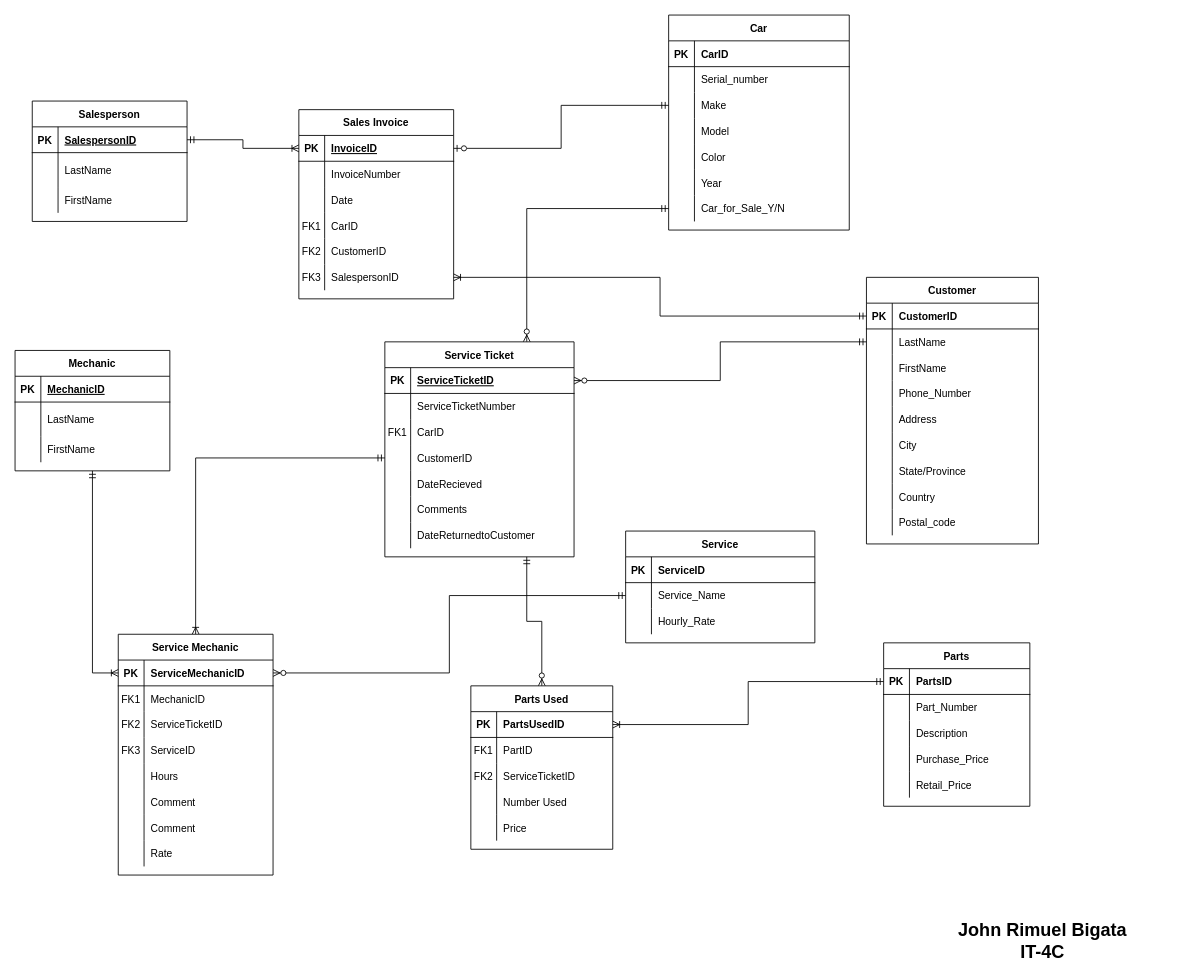
This is cardealership.drawio from itsmerims/eentityrelationshipdiagram, a draw.io file, before an edit. Source tidied: cells renumbered, new cells numbered last; positions are measured from the earlier drawing's top-left corner, leaving out a move shared by most shapes. Both pictures are drawn from the tidied source at 86%, with x=0, y=0 at pixel (15, 15).
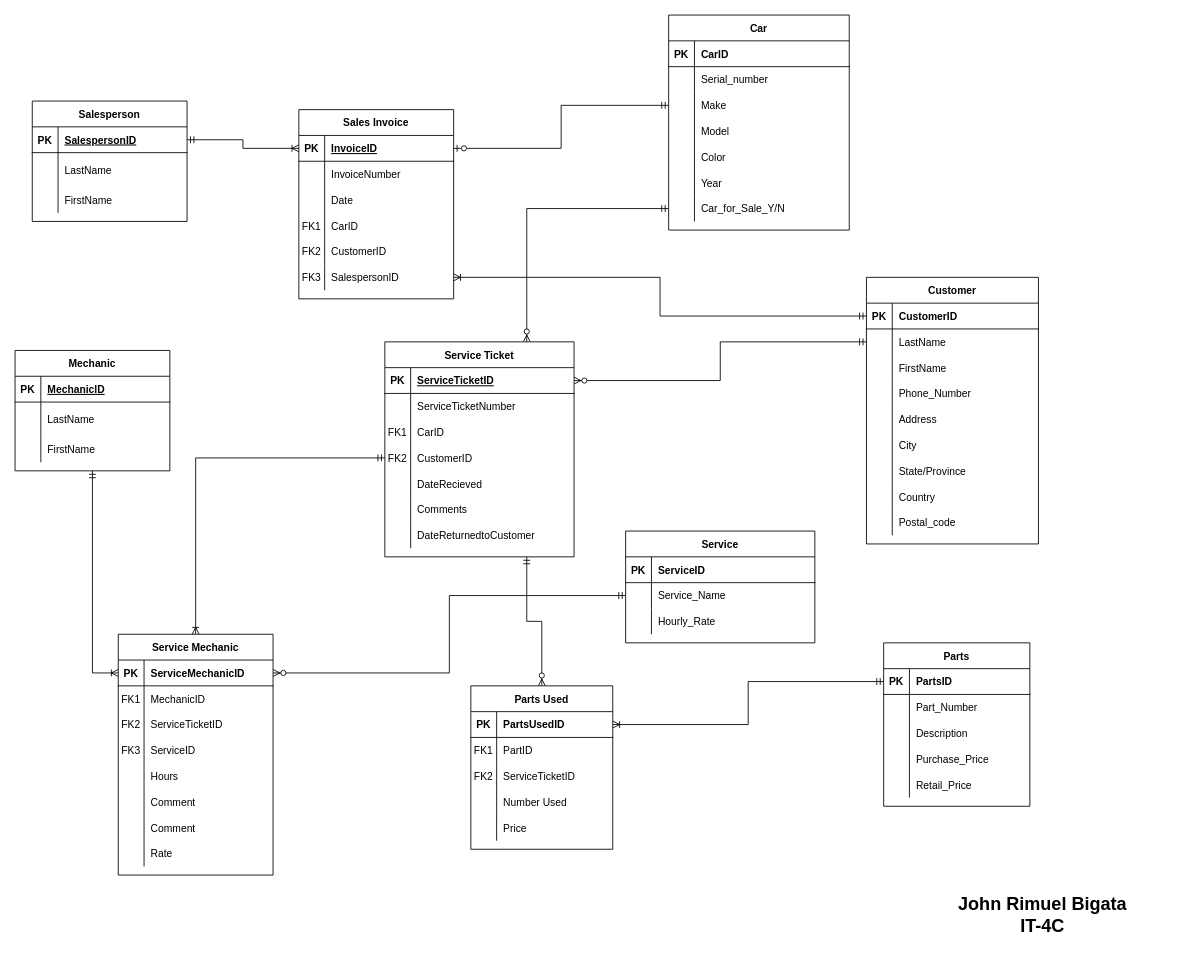
After the change.

Unchanged cells that the change refers to:
```xml
<mxCell id="132" style="shape=partialRectangle;fillColor=none;top=0;left=0;bottom=0;right=0;points=[[0,0.5],[1,0.5]];portConstraint=eastwest;" parent="122" vertex="1">
  <mxGeometry y="120" width="220" height="30" as="geometry" />
</mxCell>
```

Diff of the diagram source:
```diff
@@
-    <mxCell id="133" style="shape=partialRectangle;fillColor=none;top=0;left=0;bottom=0;right=0;overflow=hidden;" parent="132" vertex="1">
+    <mxCell id="133" value="FK2" style="shape=partialRectangle;fillColor=none;top=0;left=0;bottom=0;right=0;overflow=hidden;" parent="132" vertex="1">
       <mxGeometry width="30" height="30" as="geometry" />
     </mxCell>
@@
     <mxCell id="190" value="John Rimuel Bigata&lt;br&gt;IT-4C" style="text;html=1;strokeColor=none;fillColor=none;align=center;verticalAlign=middle;whiteSpace=wrap;rounded=0;fontSize=21;fontStyle=1;" parent="1" vertex="1">
-      <mxGeometry x="1030" y="1050" width="330" height="51" as="geometry" />
+      <mxGeometry x="1030" y="1020" width="330" height="51" as="geometry" />
     </mxCell>
```
